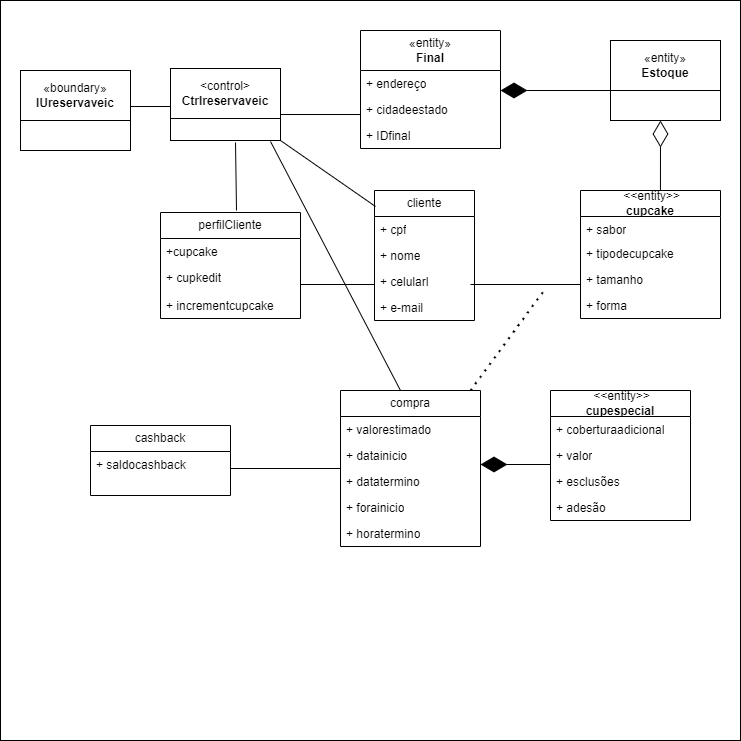
Danielmussinhate/Engenharia-de-software keeps this draw.io diagram as PIC_atividade_engenharia_software_I/UML/Diagrama de classes cup.png. Above is the earlier version. Source tidied: cells renumbered, new cells last; positions are measured from the earlier drawing's top-left corner, leaving out a move shared by most shapes.
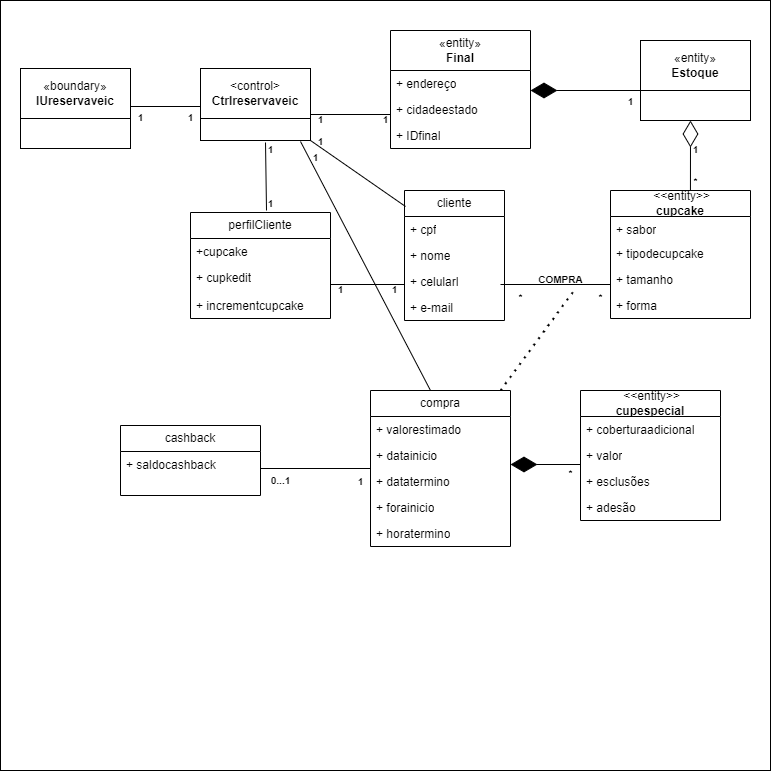
After the commit.

What changed in the source:
```diff
@@ -3,13 +3,13 @@
     <mxCell id="0" />
     <mxCell id="1" parent="0" />
     <mxCell id="2" style="whiteSpace=wrap;html=1;" parent="1" vertex="1">
-      <mxGeometry width="740" height="740" as="geometry" />
+      <mxGeometry x="-30" width="770" height="770" as="geometry" />
     </mxCell>
     <mxCell id="3" value="«boundary»&lt;br&gt;&lt;b&gt;IUreservaveic&lt;/b&gt;" style="html=1;whiteSpace=wrap;" parent="1" vertex="1">
-      <mxGeometry x="20" y="70" width="110" height="50" as="geometry" />
+      <mxGeometry x="-10" y="68" width="110" height="50" as="geometry" />
     </mxCell>
     <mxCell id="4" style="html=1;whiteSpace=wrap;" parent="1" vertex="1">
-      <mxGeometry x="20" y="120" width="110" height="30" as="geometry" />
+      <mxGeometry x="-10" y="118" width="110" height="30" as="geometry" />
     </mxCell>
     <mxCell id="5" style="html=1;whiteSpace=wrap;" parent="1" vertex="1">
       <mxGeometry x="170" y="110" width="110" height="30" as="geometry" />
@@ -116,8 +116,8 @@
     <mxCell id="39" value="+ forma" style="text;strokeColor=none;fillColor=none;align=left;verticalAlign=top;spacingLeft=4;spacingRight=4;overflow=hidden;whiteSpace=wrap;html=1;" parent="35" vertex="1">
       <mxGeometry y="102" width="140" height="26" as="geometry" />
     </mxCell>
-    <mxCell id="40" style="line;strokeWidth=1;fillColor=none;align=left;verticalAlign=middle;spacingTop=-1;spacingLeft=3;spacingRight=3;labelPosition=right;strokeColor=inherit;" parent="1" vertex="1">
-      <mxGeometry x="130" y="102" width="40" height="8" as="geometry" />
+    <mxCell id="40" style="line;strokeWidth=1;fillColor=none;align=left;verticalAlign=middle;spacingTop=-1;spacingLeft=3;spacingRight=3;labelPosition=right;strokeColor=default;" parent="1" vertex="1">
+      <mxGeometry x="100" y="102" width="70" height="8" as="geometry" />
     </mxCell>
     <mxCell id="41" style="line;strokeWidth=1;fillColor=none;align=left;verticalAlign=middle;spacingTop=-1;spacingLeft=3;spacingRight=3;labelPosition=right;strokeColor=inherit;" parent="1" vertex="1">
       <mxGeometry x="280" y="110" width="80" height="8" as="geometry" />
@@ -163,5 +163,62 @@
         <mxPoint x="480" y="464" as="targetPoint" />
       </mxGeometry>
     </mxCell>
+    <mxCell id="52" value="1" style="text;strokeColor=none;fillColor=none;html=1;fontSize=10;fontStyle=1;verticalAlign=middle;align=center;" parent="1" vertex="1">
+      <mxGeometry x="100" y="102" width="20" height="30" as="geometry" />
+    </mxCell>
+    <mxCell id="53" value="1" style="text;strokeColor=none;fillColor=none;html=1;fontSize=10;fontStyle=1;verticalAlign=middle;align=center;" parent="1" vertex="1">
+      <mxGeometry x="150" y="108" width="20" height="18" as="geometry" />
+    </mxCell>
+    <mxCell id="54" value="1" style="text;strokeColor=none;fillColor=none;html=1;fontSize=10;fontStyle=1;verticalAlign=middle;align=center;" parent="1" vertex="1">
+      <mxGeometry x="280" y="132" width="20" height="18" as="geometry" />
+    </mxCell>
+    <mxCell id="55" value="1" style="text;strokeColor=none;fillColor=none;html=1;fontSize=10;fontStyle=1;verticalAlign=middle;align=center;" parent="1" vertex="1">
+      <mxGeometry x="275" y="148" width="20" height="18" as="geometry" />
+    </mxCell>
+    <mxCell id="56" value="1" style="text;strokeColor=none;fillColor=none;html=1;fontSize=10;fontStyle=1;verticalAlign=middle;align=center;" parent="1" vertex="1">
+      <mxGeometry x="230" y="140" width="20" height="18" as="geometry" />
+    </mxCell>
+    <mxCell id="57" value="1" style="text;strokeColor=none;fillColor=none;html=1;fontSize=10;fontStyle=1;verticalAlign=middle;align=center;" parent="1" vertex="1">
+      <mxGeometry x="280" y="110" width="20" height="18" as="geometry" />
+    </mxCell>
+    <mxCell id="58" value="1" style="text;strokeColor=none;fillColor=none;html=1;fontSize=10;fontStyle=1;verticalAlign=middle;align=center;" parent="1" vertex="1">
+      <mxGeometry x="345" y="110" width="20" height="18" as="geometry" />
+    </mxCell>
+    <mxCell id="59" value="1" style="text;strokeColor=none;fillColor=none;html=1;fontSize=10;fontStyle=1;verticalAlign=middle;align=center;" parent="1" vertex="1">
+      <mxGeometry x="590" y="92" width="20" height="18" as="geometry" />
+    </mxCell>
+    <mxCell id="60" value="1" style="text;strokeColor=none;fillColor=none;html=1;fontSize=10;fontStyle=1;verticalAlign=middle;align=center;" parent="1" vertex="1">
+      <mxGeometry x="655" y="140" width="20" height="18" as="geometry" />
+    </mxCell>
+    <mxCell id="61" value="&lt;span style=&quot;font-weight: normal;&quot;&gt;*&lt;/span&gt;" style="text;strokeColor=none;fillColor=none;html=1;fontSize=10;fontStyle=1;verticalAlign=middle;align=center;" parent="1" vertex="1">
+      <mxGeometry x="655" y="172" width="20" height="18" as="geometry" />
+    </mxCell>
+    <mxCell id="62" value="1" style="text;strokeColor=none;fillColor=none;html=1;fontSize=10;fontStyle=1;verticalAlign=middle;align=center;" parent="1" vertex="1">
+      <mxGeometry x="300" y="280" width="20" height="18" as="geometry" />
+    </mxCell>
+    <mxCell id="63" value="1" style="text;strokeColor=none;fillColor=none;html=1;fontSize=10;fontStyle=1;verticalAlign=middle;align=center;" parent="1" vertex="1">
+      <mxGeometry x="354" y="280" width="20" height="18" as="geometry" />
+    </mxCell>
+    <mxCell id="64" value="0...1" style="text;strokeColor=none;fillColor=none;html=1;fontSize=10;fontStyle=1;verticalAlign=middle;align=center;" parent="1" vertex="1">
+      <mxGeometry x="240" y="471" width="20" height="18" as="geometry" />
+    </mxCell>
+    <mxCell id="65" value="1" style="text;strokeColor=none;fillColor=none;html=1;fontSize=10;fontStyle=1;verticalAlign=middle;align=center;" parent="1" vertex="1">
+      <mxGeometry x="320" y="471" width="20" height="19" as="geometry" />
+    </mxCell>
+    <mxCell id="66" value="COMPRA" style="text;strokeColor=none;fillColor=none;html=1;fontSize=10;fontStyle=1;verticalAlign=middle;align=center;" parent="1" vertex="1">
+      <mxGeometry x="520" y="269" width="20" height="19" as="geometry" />
+    </mxCell>
+    <mxCell id="67" value="&lt;span style=&quot;font-weight: normal;&quot;&gt;*&lt;/span&gt;" style="text;strokeColor=none;fillColor=none;html=1;fontSize=10;fontStyle=1;verticalAlign=middle;align=center;" parent="1" vertex="1">
+      <mxGeometry x="480" y="288" width="20" height="18" as="geometry" />
+    </mxCell>
+    <mxCell id="68" value="&lt;span style=&quot;font-weight: normal;&quot;&gt;*&lt;/span&gt;" style="text;strokeColor=none;fillColor=none;html=1;fontSize=10;fontStyle=1;verticalAlign=middle;align=center;" parent="1" vertex="1">
+      <mxGeometry x="560" y="288" width="20" height="18" as="geometry" />
+    </mxCell>
+    <mxCell id="69" value="&lt;span style=&quot;font-weight: normal;&quot;&gt;*&lt;/span&gt;" style="text;strokeColor=none;fillColor=none;html=1;fontSize=10;fontStyle=1;verticalAlign=middle;align=center;" parent="1" vertex="1">
+      <mxGeometry x="530" y="464" width="20" height="18" as="geometry" />
+    </mxCell>
+    <mxCell id="70" value="1" style="text;strokeColor=none;fillColor=none;html=1;fontSize=10;fontStyle=1;verticalAlign=middle;align=center;" parent="1" vertex="1">
+      <mxGeometry x="230" y="194" width="20" height="18" as="geometry" />
+    </mxCell>
   </root>
 </mxGraphModel>
```
